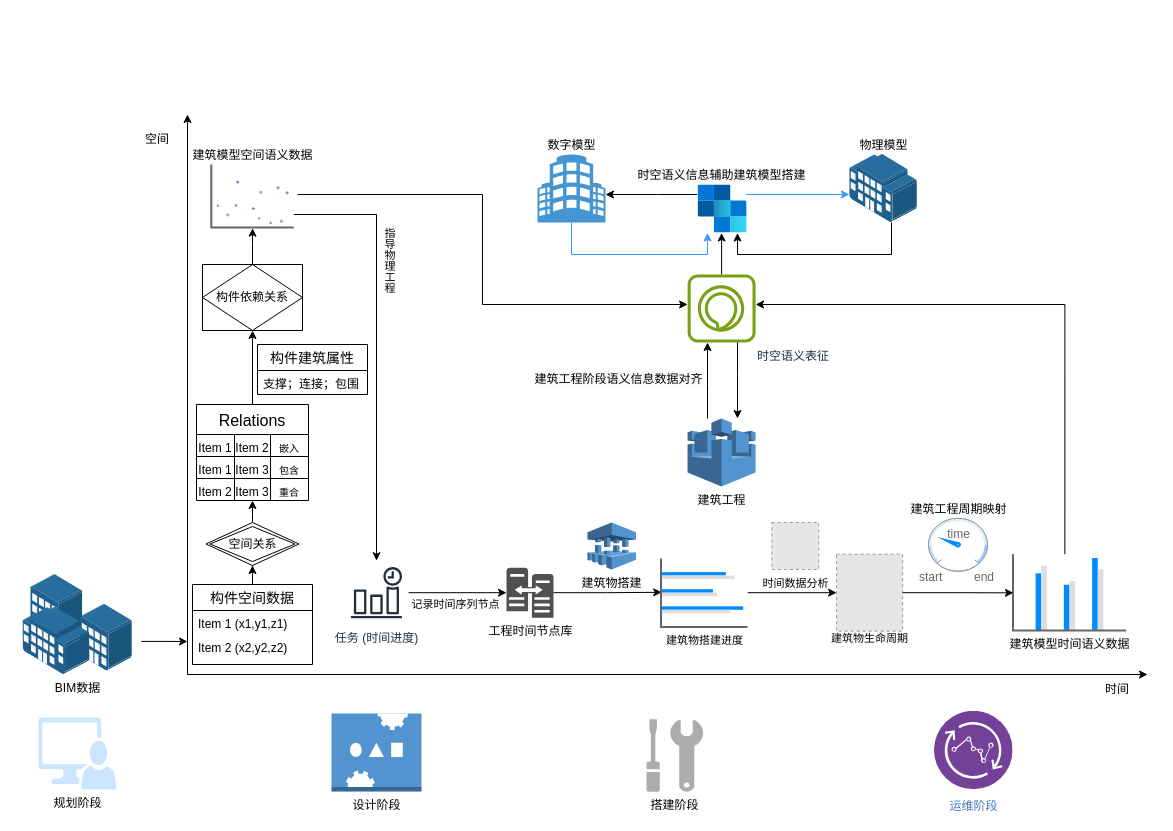
The draw.io diagram new.drawio in Student-WangZhengTao/LLM, before the edit. Source tidied: cells renumbered, new cells numbered last; positions are measured from the earlier drawing's top-left corner, leaving out a move shared by most shapes. Both pictures are drawn from the tidied source at 100%, with x=0, y=0 at pixel (17, 114). Pictures stored in the file or linked from it are replaced by grey dashed boxes.
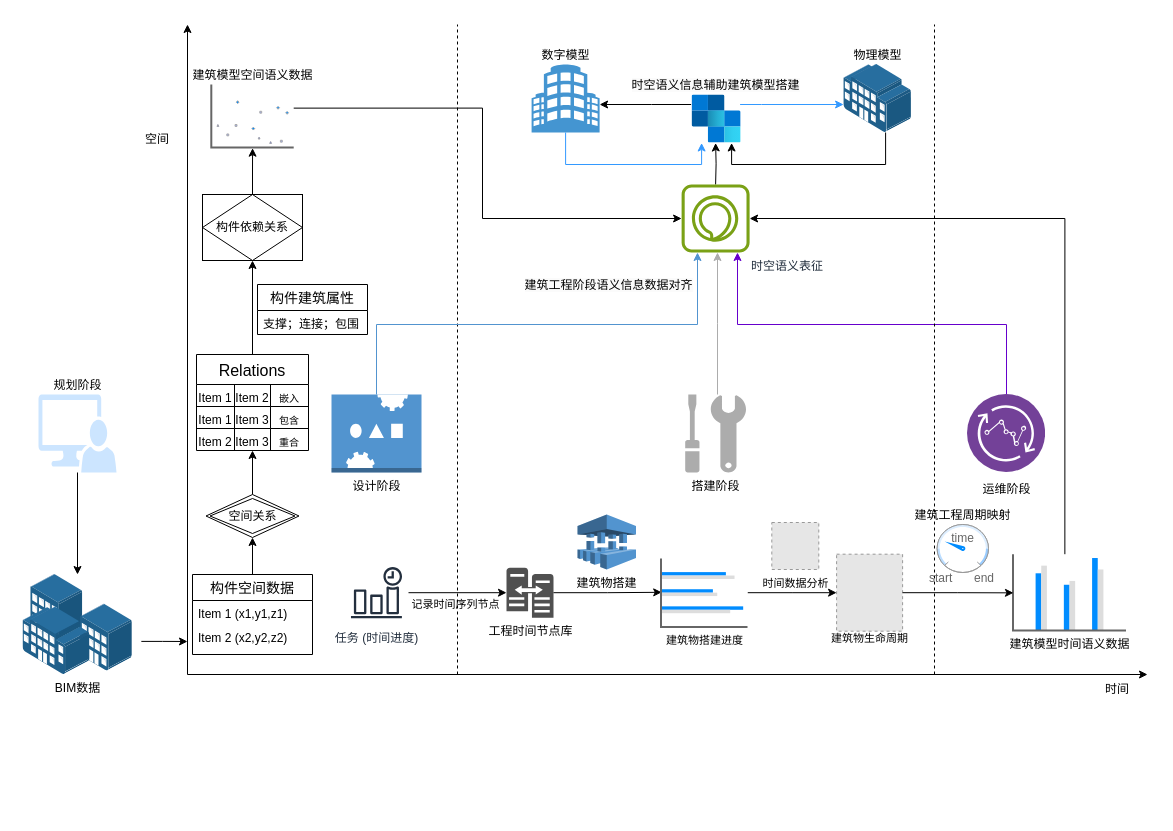
After the change.

Unchanged cells that the change refers to:
```xml
<mxCell id="32" value="BIM数据" style="image;points=[];html=1;align=center;shadow=0;dashed=0;image=img/lib/allied_telesis/buildings/Building_Cluster.svg;" parent="1" vertex="1">
  <mxGeometry y="460" width="120" height="100" as="geometry" />
</mxCell>
<mxCell id="37" value="任务 (时间进度)" style="sketch=0;outlineConnect=0;fontColor=#232F3E;gradientColor=none;strokeColor=#232F3E;fillColor=#ffffff;dashed=0;verticalLabelPosition=bottom;verticalAlign=top;align=center;html=1;fontSize=12;fontStyle=0;shape=mxgraph.aws4.resourceIcon;resIcon=mxgraph.aws4.event_time_based;" parent="1" vertex="1">
  <mxGeometry x="327" y="446.2" width="64" height="64" as="geometry" />
</mxCell>
<mxCell id="51" value="建筑模型时间语义数据" style="verticalLabelPosition=bottom;shadow=0;dashed=0;align=center;html=1;verticalAlign=top;strokeWidth=1;shape=mxgraph.mockup.graphics.columnChart;strokeColor=none;strokeColor2=none;strokeColor3=#666666;fillColor2=#008cff;fillColor3=#dddddd;" parent="1" vertex="1">
  <mxGeometry x="995.5" y="439.7" width="113" height="76.4" as="geometry" />
</mxCell>
```

Change to the diagram source:
```diff
@@
     <mxCell id="3" style="endArrow=classic;html=1;rounded=0;" parent="1" edge="1">
       <mxGeometry relative="1" as="geometry">
         <mxPoint x="170" y="560" as="sourcePoint" />
-        <mxPoint x="170" as="targetPoint" />
+        <mxPoint x="170" y="-90" as="targetPoint" />
       </mxGeometry>
     </mxCell>
@@
     <mxCell id="5" value="构件空间数据" style="swimlane;fontStyle=0;horizontal=1;startSize=26;align=center;fontSize=14;" parent="1" vertex="1">
-      <mxGeometry x="175" y="470" width="120" height="80" as="geometry" />
+      <mxGeometry x="175" y="460" width="120" height="80" as="geometry" />
     </mxCell>
@@
     <mxCell id="9" value="空间关系" style="shape=rhombus;double=1;perimeter=rhombusPerimeter;whiteSpace=wrap;html=1;align=center;" parent="1" vertex="1">
-      <mxGeometry x="188.5" y="408" width="93" height="43" as="geometry" />
+      <mxGeometry x="188.5" y="380" width="93" height="43" as="geometry" />
     </mxCell>
@@
     <mxCell id="11" value="Relations" style="shape=table;startSize=30;childLayout=tableLayout;strokeColor=default;fontSize=16;" parent="1" vertex="1">
-      <mxGeometry x="179" y="290" width="112" height="96" as="geometry" />
+      <mxGeometry x="179" y="240" width="112" height="96" as="geometry" />
     </mxCell>
@@
     <mxCell id="24" value="构件依赖关系" style="shape=associativeEntity;whiteSpace=wrap;html=1;align=center;" parent="1" vertex="1">
-      <mxGeometry x="185" y="150" width="100" height="66" as="geometry" />
+      <mxGeometry x="185" y="80" width="100" height="66" as="geometry" />
     </mxCell>
@@
-    <mxCell id="28" style="edgeStyle=orthogonalEdgeStyle;rounded=0;jettySize=auto;html=1;" parent="1" edge="1" source="31" target="37">
-      <mxGeometry relative="1" as="geometry">
-        <Array as="points">
-          <mxPoint x="359" y="100" />
-        </Array>
-      </mxGeometry>
-    </mxCell>
-    <mxCell id="29" value="指导物理工程" style="edgeLabel;html=1;align=center;verticalAlign=middle;textDirection=vertical-lr;" parent="28" vertex="1">
-      <mxGeometry x="-0.27" relative="1" as="geometry">
-        <mxPoint x="11" y="-30" as="offset" />
-      </mxGeometry>
-    </mxCell>
-    <mxCell id="30" style="edgeStyle=orthogonalEdgeStyle;rounded=0;jettySize=auto;html=1;" parent="1" edge="1" target="60">
+    <mxCell id="30" style="edgeStyle=orthogonalEdgeStyle;rounded=0;jettySize=auto;html=1;exitX=0.853;exitY=0.375;exitDx=0;exitDy=0;exitPerimeter=0;" parent="1" edge="1" source="31" target="60">
       <mxGeometry relative="1" as="geometry">
-        <mxPoint x="280" y="80" as="sourcePoint" />
         <Array as="points">
-          <mxPoint x="465" y="80" />
-          <mxPoint x="465" y="190" />
-          <mxPoint x="704" y="190" />
+          <mxPoint x="465" y="-6" />
+          <mxPoint x="465" y="104" />
         </Array>
       </mxGeometry>
     </mxCell>
     <mxCell id="31" value="建筑模型空间语义数据" style="verticalLabelPosition=top;shadow=0;dashed=0;align=center;html=1;verticalAlign=bottom;strokeWidth=1;shape=mxgraph.mockup.graphics.plotChart;strokeColor=none;strokeColor2=#aaaaaa;strokeColor3=#666666;fillColor2=#99aaff,#0022ff,#008cff;labelPosition=center;" parent="1" vertex="1">
-      <mxGeometry x="193.8" y="50" width="82.4" height="63" as="geometry" />
+      <mxGeometry x="193.8" y="-30" width="82.4" height="63" as="geometry" />
     </mxCell>
@@
-    <mxCell id="33" value="规划阶段" style="sketch=0;shadow=0;dashed=0;html=1;strokeColor=none;labelPosition=center;verticalLabelPosition=bottom;verticalAlign=top;align=center;fillColor=#cce5ff;shape=mxgraph.mscae.system_center.admin_console;" parent="1" vertex="1">
-      <mxGeometry x="21" y="603" width="78" height="72" as="geometry" />
+    <mxCell id="33" value="规划阶段" style="sketch=0;shadow=0;dashed=0;html=1;strokeColor=none;labelPosition=center;verticalLabelPosition=top;verticalAlign=bottom;align=center;fillColor=#cce5ff;shape=mxgraph.mscae.system_center.admin_console;" parent="1" vertex="1">
+      <mxGeometry x="21" y="280" width="78" height="78" as="geometry" />
     </mxCell>
+    <mxCell id="72" style="edgeStyle=orthogonalEdgeStyle;rounded=0;jettySize=auto;html=1;strokeColor=#acacac;" parent="1" edge="1" source="34" target="60">
+      <mxGeometry relative="1" as="geometry">
+        <Array as="points">
+          <mxPoint x="700" y="209" />
+          <mxPoint x="700" y="209" />
+        </Array>
+      </mxGeometry>
+    </mxCell>
     <mxCell id="34" value="搭建阶段" style="sketch=0;shadow=0;dashed=0;html=1;strokeColor=none;labelPosition=center;verticalLabelPosition=bottom;verticalAlign=top;align=center;fillColor=#acacac;shape=mxgraph.mscae.enterprise.maintenance;" parent="1" vertex="1">
-      <mxGeometry x="629" y="604.7" width="56.6" height="72.6" as="geometry" />
+      <mxGeometry x="667.7" y="280" width="60.8" height="78" as="geometry" />
     </mxCell>
+    <mxCell id="73" style="edgeStyle=orthogonalEdgeStyle;rounded=0;jettySize=auto;html=1;strokeColor=#6600CC;" parent="1" edge="1" source="35" target="60">
+      <mxGeometry relative="1" as="geometry">
+        <Array as="points">
+          <mxPoint x="989" y="210" />
+          <mxPoint x="720" y="210" />
+        </Array>
+      </mxGeometry>
+    </mxCell>
-    <mxCell id="35" value="运维阶段" style="image;perimeter=ellipsePerimeter;html=1;align=center;shadow=0;dashed=0;fontColor=#4277BB;labelBackgroundColor=default;fontSize=12;spacingTop=3;image=img/lib/ibm/analytics/streaming_computing.svg;" parent="1" vertex="1">
-      <mxGeometry x="917" y="596.7" width="78.5" height="78.5" as="geometry" />
+    <mxCell id="35" value="运维阶段" style="image;perimeter=ellipsePerimeter;html=1;align=center;shadow=0;dashed=0;fontColor=#000000;labelBackgroundColor=default;fontSize=12;spacingTop=3;image=img/lib/ibm/analytics/streaming_computing.svg;" parent="1" vertex="1">
+      <mxGeometry x="950" y="280" width="78" height="78" as="geometry" />
     </mxCell>
@@
     <mxCell id="42" style="edgeStyle=orthogonalEdgeStyle;rounded=0;jettySize=auto;html=1;exitX=0.459;exitY=0.013;exitDx=0;exitDy=0;exitPerimeter=0;" parent="1" edge="1" source="51" target="60">
       <mxGeometry relative="1" as="geometry">
         <Array as="points">
-          <mxPoint x="1047" y="190" />
-          <mxPoint x="704" y="190" />
+          <mxPoint x="1047" y="104" />
         </Array>
       </mxGeometry>
     </mxCell>
     <mxCell id="43" value="设计阶段" style="outlineConnect=0;dashed=0;verticalLabelPosition=bottom;verticalAlign=top;align=center;html=1;shape=mxgraph.aws3.servo;fillColor=#5294CF;gradientColor=none;" parent="1" vertex="1">
-      <mxGeometry x="314" y="599" width="90" height="78" as="geometry" />
+      <mxGeometry x="314" y="280" width="90" height="78" as="geometry" />
     </mxCell>
     <mxCell id="44" value="构件建筑属性" style="swimlane;fontStyle=0;horizontal=1;startSize=26;align=center;fontSize=14;" parent="1" vertex="1">
-      <mxGeometry x="240" y="230" width="110" height="50" as="geometry" />
+      <mxGeometry x="240" y="170" width="110" height="50" as="geometry" />
     </mxCell>
@@
     <mxCell id="46" value="建筑物搭建" style="dashed=0;verticalLabelPosition=bottom;verticalAlign=top;align=center;html=1;shape=mxgraph.aws3.server_migration_service;fillColor=#5294CF;gradientColor=none;" parent="1" vertex="1">
-      <mxGeometry x="570" y="408" width="48.5" height="47" as="geometry" />
+      <mxGeometry x="560" y="400" width="58.5" height="55" as="geometry" />
     </mxCell>
@@
     <mxCell id="52" style="group;labelPosition=center;verticalLabelPosition=top;align=center;verticalAlign=bottom;" parent="1" vertex="1">
-      <mxGeometry x="900" y="403.8" width="77.5" height="66.2" as="geometry" />
+      <mxGeometry x="910" y="410" width="67.5" height="60" as="geometry" />
     </mxCell>
     <mxCell id="53" value="建筑工程周期映射" style="verticalLabelPosition=top;shadow=0;dashed=0;align=center;html=1;verticalAlign=bottom;strokeWidth=1;shape=mxgraph.mockup.graphics.gauge;fillColor=#ffffff;strokeColor=#999999;gaugePos=25;scaleColors=#bbddff,#ddeeff,#99ccff;gaugeLabels=,,;needleColor=#008cff;labelPosition=center;" parent="52" vertex="1">
-      <mxGeometry x="11" width="59" height="53" as="geometry" />
+      <mxGeometry x="9.6" width="51.4" height="48" as="geometry" />
     </mxCell>
     <mxCell id="54" value="time" style="strokeWidth=1;shadow=0;dashed=0;align=center;html=1;shape=mxgraph.mockup.graphics.anchor;fontColor=#666666;" parent="53" vertex="1">
-      <mxGeometry x="14.8" y="10.6" width="29.5" height="10.6" as="geometry" />
+      <mxGeometry x="12.8" y="9.6" width="25.7" height="9.6" as="geometry" />
     </mxCell>
     <mxCell id="55" value="start" style="strokeWidth=1;shadow=0;dashed=0;align=center;html=1;shape=mxgraph.mockup.graphics.anchor;align=left;fontColor=#666666;" parent="52" vertex="1">
-      <mxGeometry y="53" width="34.5" height="13.2" as="geometry" />
+      <mxGeometry y="48" width="30" height="12" as="geometry" />
     </mxCell>
     <mxCell id="56" value="end" style="strokeWidth=1;shadow=0;dashed=0;align=center;html=1;shape=mxgraph.mockup.graphics.anchor;align=right;fontColor=#666666;" parent="52" vertex="1">
-      <mxGeometry x="43" y="53" width="34.5" height="13.2" as="geometry" />
+      <mxGeometry x="37.5" y="48" width="30" height="12" as="geometry" />
     </mxCell>
@@
-    <mxCell id="58" style="group;" parent="1" vertex="1">
-      <mxGeometry x="520" y="40" width="380" height="332" as="geometry" />
-    </mxCell>
-    <mxCell id="59" style="edgeStyle=orthogonalEdgeStyle;rounded=0;jettySize=auto;html=1;" parent="58" edge="1" source="60" target="63">
-      <mxGeometry relative="1" as="geometry" />
+    <mxCell id="59" style="edgeStyle=orthogonalEdgeStyle;rounded=0;jettySize=auto;html=1;" parent="1" edge="1" target="63">
+      <mxGeometry relative="1" as="geometry">
+        <mxPoint x="698.1" y="70" as="sourcePoint" />
+      </mxGeometry>
     </mxCell>
-    <mxCell id="60" value="时空语义表征" style="sketch=0;outlineConnect=0;fontColor=#232F3E;gradientColor=none;fillColor=#7AA116;strokeColor=none;dashed=0;verticalLabelPosition=bottom;verticalAlign=top;align=left;html=1;fontSize=12;fontStyle=0;shape=mxgraph.aws4.alexa_skill;labelPosition=right;" parent="58" vertex="1">
-      <mxGeometry x="150.1" y="120" width="68" height="68" as="geometry" />
-    </mxCell>
-    <mxCell id="61" value="数字模型" style="shadow=0;dashed=0;html=1;strokeColor=none;fillColor=#4495D1;labelPosition=center;verticalLabelPosition=top;verticalAlign=bottom;align=center;outlineConnect=0;shape=mxgraph.veeam.building;" parent="58" vertex="1">
-      <mxGeometry width="68" height="68" as="geometry" />
+    <mxCell id="61" value="数字模型" style="shadow=0;dashed=0;html=1;strokeColor=none;fillColor=#4495D1;labelPosition=center;verticalLabelPosition=top;verticalAlign=bottom;align=center;outlineConnect=0;shape=mxgraph.veeam.building;" parent="1" vertex="1">
+      <mxGeometry x="514.1" y="-50" width="68" height="68" as="geometry" />
     </mxCell>
-    <mxCell id="62" value="物理模型" style="image;points=[];html=1;align=center;shadow=0;dashed=0;image=img/lib/allied_telesis/buildings/Large_Building.svg;labelPosition=center;verticalLabelPosition=top;verticalAlign=bottom;" parent="58" vertex="1">
-      <mxGeometry x="312" width="68" height="68" as="geometry" />
+    <mxCell id="62" value="物理模型" style="image;points=[];html=1;align=center;shadow=0;dashed=0;image=img/lib/allied_telesis/buildings/Large_Building.svg;labelPosition=center;verticalLabelPosition=top;verticalAlign=bottom;" parent="1" vertex="1">
+      <mxGeometry x="826.1" y="-50" width="68" height="68" as="geometry" />
     </mxCell>
-    <mxCell id="63" value="&lt;span style=&quot;background-color: rgb(251, 251, 251);&quot;&gt;时空语义信息辅助建筑模型搭建&lt;/span&gt;" style="image;html=1;points=[];align=center;fontSize=12;image=img/lib/azure2/integration/SendGrid_Accounts.svg;labelPosition=center;verticalLabelPosition=top;verticalAlign=bottom;direction=south;" parent="58" vertex="1">
-      <mxGeometry x="159.6" y="30.4" width="49" height="48.1" as="geometry" />
+    <mxCell id="63" value="&lt;span style=&quot;background-color: rgb(251, 251, 251);&quot;&gt;时空语义信息辅助建筑模型搭建&lt;/span&gt;" style="image;html=1;points=[];align=center;fontSize=12;image=img/lib/azure2/integration/SendGrid_Accounts.svg;labelPosition=center;verticalLabelPosition=top;verticalAlign=bottom;direction=south;" parent="1" vertex="1">
+      <mxGeometry x="673.6" y="-19.6" width="49" height="48.1" as="geometry" />
     </mxCell>
-    <mxCell id="64" style="edgeStyle=orthogonalEdgeStyle;rounded=0;jettySize=auto;html=1;strokeColor=#3399FF;" parent="58" edge="1" source="61" target="63">
+    <mxCell id="64" style="edgeStyle=orthogonalEdgeStyle;rounded=0;jettySize=auto;html=1;strokeColor=#3399FF;" parent="1" edge="1" source="61" target="63">
       <mxGeometry relative="1" as="geometry">
         <Array as="points">
-          <mxPoint x="34" y="100" />
-          <mxPoint x="170" y="100" />
+          <mxPoint x="548.1" y="50" />
+          <mxPoint x="684.1" y="50" />
         </Array>
       </mxGeometry>
     </mxCell>
-    <mxCell id="65" style="edgeStyle=orthogonalEdgeStyle;rounded=0;jettySize=auto;html=1;strokeColor=#3399ff;" parent="58" edge="1" source="63" target="62">
+    <mxCell id="65" style="edgeStyle=orthogonalEdgeStyle;rounded=0;jettySize=auto;html=1;strokeColor=#3399ff;" parent="1" edge="1" source="63" target="62">
       <mxGeometry relative="1" as="geometry">
         <Array as="points">
-          <mxPoint x="230" y="40" />
-          <mxPoint x="230" y="40" />
+          <mxPoint x="744.1" y="-10" />
+          <mxPoint x="744.1" y="-10" />
         </Array>
       </mxGeometry>
     </mxCell>
-    <mxCell id="66" style="edgeStyle=orthogonalEdgeStyle;rounded=0;jettySize=auto;html=1;" parent="58" edge="1" source="62" target="63">
+    <mxCell id="66" style="edgeStyle=orthogonalEdgeStyle;rounded=0;jettySize=auto;html=1;" parent="1" edge="1" source="62" target="63">
       <mxGeometry relative="1" as="geometry">
         <Array as="points">
-          <mxPoint x="354" y="100" />
-          <mxPoint x="200" y="100" />
+          <mxPoint x="868.1" y="50" />
+          <mxPoint x="714.1" y="50" />
         </Array>
       </mxGeometry>
     </mxCell>
-    <mxCell id="67" style="edgeStyle=orthogonalEdgeStyle;rounded=0;jettySize=auto;html=1;" parent="58" edge="1" source="63" target="61">
+    <mxCell id="67" style="edgeStyle=orthogonalEdgeStyle;rounded=0;jettySize=auto;html=1;" parent="1" edge="1" source="63" target="61">
       <mxGeometry relative="1" as="geometry">
         <Array as="points">
-          <mxPoint x="120" y="40" />
-          <mxPoint x="120" y="40" />
+          <mxPoint x="634.1" y="-10" />
+          <mxPoint x="634.1" y="-10" />
         </Array>
       </mxGeometry>
     </mxCell>
+    <mxCell id="74" style="endArrow=none;dashed=1;html=1;rounded=0;" parent="1" edge="1">
+      <mxGeometry relative="1" as="geometry">
+        <mxPoint x="440" y="560" as="sourcePoint" />
+        <mxPoint x="440" y="-90" as="targetPoint" />
+      </mxGeometry>
+    </mxCell>
+    <mxCell id="75" style="endArrow=none;dashed=1;html=1;rounded=0;" parent="1" edge="1">
+      <mxGeometry relative="1" as="geometry">
+        <mxPoint x="917" y="560" as="sourcePoint" />
+        <mxPoint x="917" y="-90" as="targetPoint" />
+      </mxGeometry>
+    </mxCell>
+    <mxCell id="60" value="时空语义表征" style="sketch=0;outlineConnect=0;fontColor=#232F3E;gradientColor=none;fillColor=#7AA116;strokeColor=none;dashed=0;verticalLabelPosition=bottom;verticalAlign=top;align=left;html=1;fontSize=12;fontStyle=0;shape=mxgraph.aws4.alexa_skill;labelPosition=right;" parent="1" vertex="1">
+      <mxGeometry x="664.1" y="70" width="68" height="68" as="geometry" />
+    </mxCell>
-    <mxCell id="68" style="edgeStyle=orthogonalEdgeStyle;rounded=0;jettySize=auto;html=1;" parent="58" edge="1" source="70" target="60">
+    <mxCell id="68" style="edgeStyle=orthogonalEdgeStyle;rounded=0;jettySize=auto;html=1;exitX=0.5;exitY=0;exitDx=0;exitDy=0;exitPerimeter=0;strokeColor=#5294cf;" parent="1" edge="1" source="43" target="60">
       <mxGeometry relative="1" as="geometry">
         <Array as="points">
-          <mxPoint x="170" y="230" />
-          <mxPoint x="170" y="230" />
+          <mxPoint x="359" y="210" />
+          <mxPoint x="680" y="210" />
         </Array>
       </mxGeometry>
     </mxCell>
     <mxCell id="69" value="&lt;span style=&quot;font-size: 12px; background-color: rgb(251, 251, 251);&quot;&gt;建筑工程阶段语义信息数据对齐&lt;/span&gt;" style="edgeLabel;html=1;align=center;verticalAlign=middle;" parent="68" vertex="1">
       <mxGeometry x="-0.21" y="1" relative="1" as="geometry">
-        <mxPoint x="-89" y="-10" as="offset" />
+        <mxPoint x="118" y="-39" as="offset" />
       </mxGeometry>
     </mxCell>
-    <mxCell id="70" value="建筑工程" style="outlineConnect=0;dashed=0;verticalLabelPosition=bottom;verticalAlign=top;align=center;html=1;shape=mxgraph.aws3.aws_iot;fillColor=#5294CF;gradientColor=none;" parent="58" vertex="1">
-      <mxGeometry x="150.1" y="264" width="68" height="68" as="geometry" />
-    </mxCell>
-    <mxCell id="71" style="edgeStyle=orthogonalEdgeStyle;rounded=0;jettySize=auto;html=1;" parent="58" edge="1" source="60" target="70">
-      <mxGeometry relative="1" as="geometry">
-        <Array as="points">
-          <mxPoint x="200" y="220" />
-          <mxPoint x="200" y="220" />
-        </Array>
-      </mxGeometry>
-    </mxCell>
+    <mxCell id="76" style="edgeStyle=orthogonalEdgeStyle;rounded=0;jettySize=auto;html=1;" parent="1" edge="1" source="33" target="32">
+      <mxGeometry relative="1" as="geometry" />
+    </mxCell>
```
